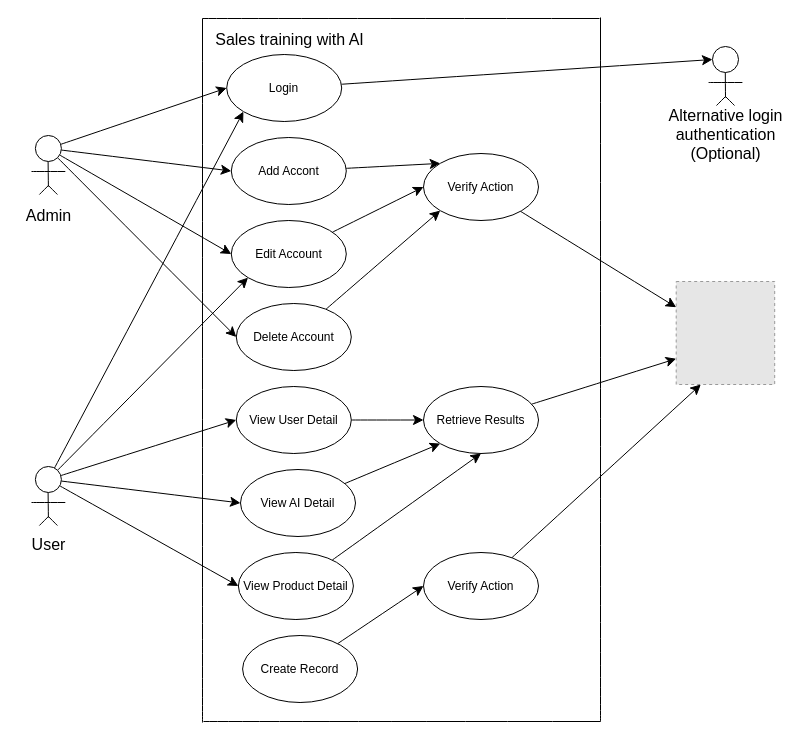
Earlier version of the draw.io diagram diagrams/use_case_diagram.drawio (University-Bangkok-JW/cs497-project). Source tidied: cells renumbered, new cells numbered last; positions are measured from the earlier drawing's top-left corner, leaving out a move shared by most shapes. Both pictures are drawn from the tidied source at 100%, with x=0, y=0 at pixel (16, 17). Pictures stored in the file or linked from it are replaced by grey dashed boxes.
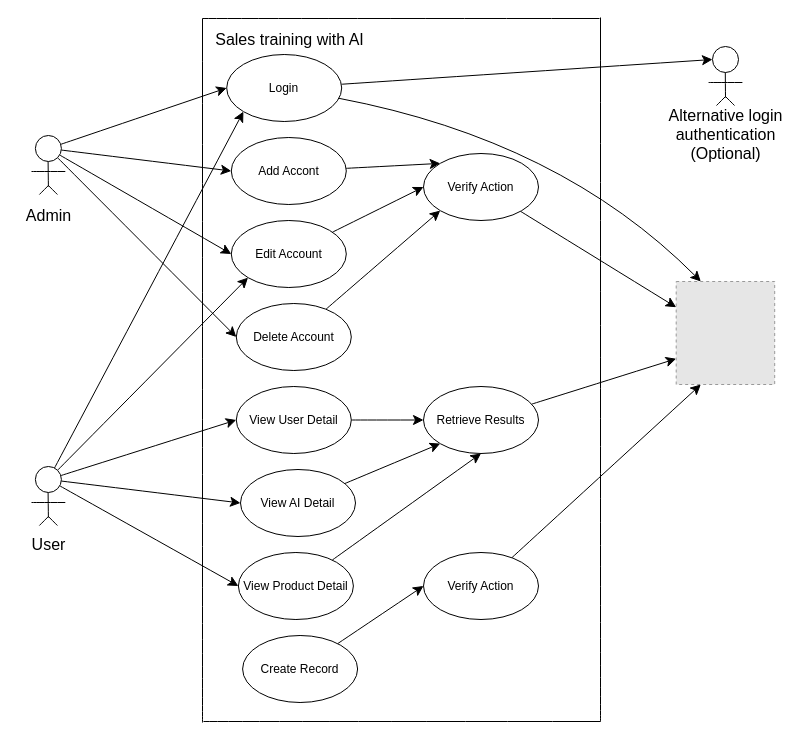
Above is the later version.

Commit message:
Added [Login] arrow to [mysql]

Unchanged cells that the change refers to:
```xml
<mxCell id="41" value="Login" style="ellipse;whiteSpace=wrap;html=1;" parent="1" vertex="1">
  <mxGeometry x="210.2" y="37" width="115" height="67" as="geometry" />
</mxCell>
<mxCell id="50" style="fillColor=#E6E6E6;strokeColor=#999999;dashed=1;verticalLabelPosition=bottom;labelBackgroundColor=default;verticalAlign=top;" parent="1" vertex="1">
  <mxGeometry x="659.7" y="264" width="98.5" height="103" as="geometry" />
</mxCell>
```

The edit, as a diff of the source:
```diff
@@
+    <mxCell id="57" style="edgeStyle=none;curved=1;rounded=0;jettySize=auto;html=1;entryX=0.25;entryY=0;entryDx=0;entryDy=0;fontSize=12;startSize=8;endSize=8;" parent="1" edge="1" source="41" target="50">
+      <mxGeometry relative="1" as="geometry">
+        <Array as="points">
+          <mxPoint x="544" y="123" />
+        </Array>
+      </mxGeometry>
+    </mxCell>
```
